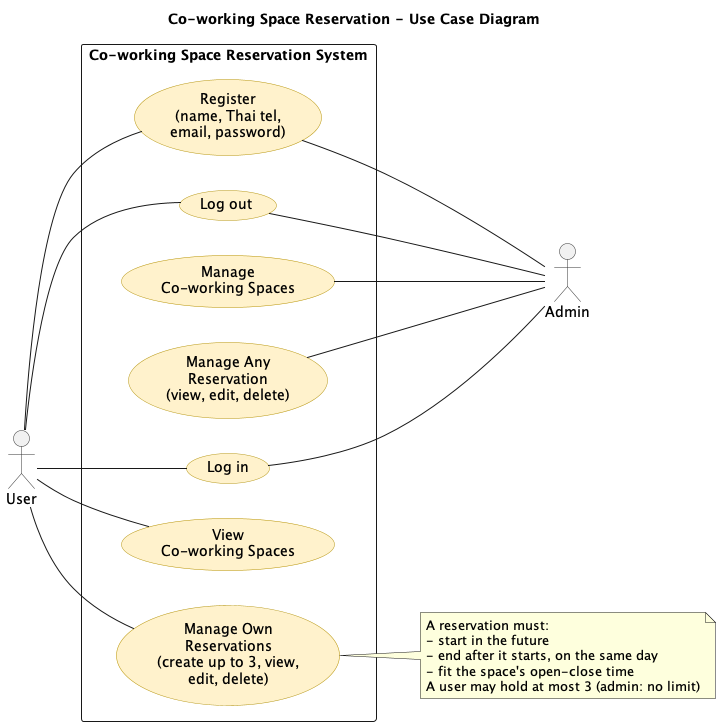
TonBoonchai/Co-working-Space-Reservation keeps this PlantUML diagram as docs/diagrams/png/usecase.png. Above is the earlier version.
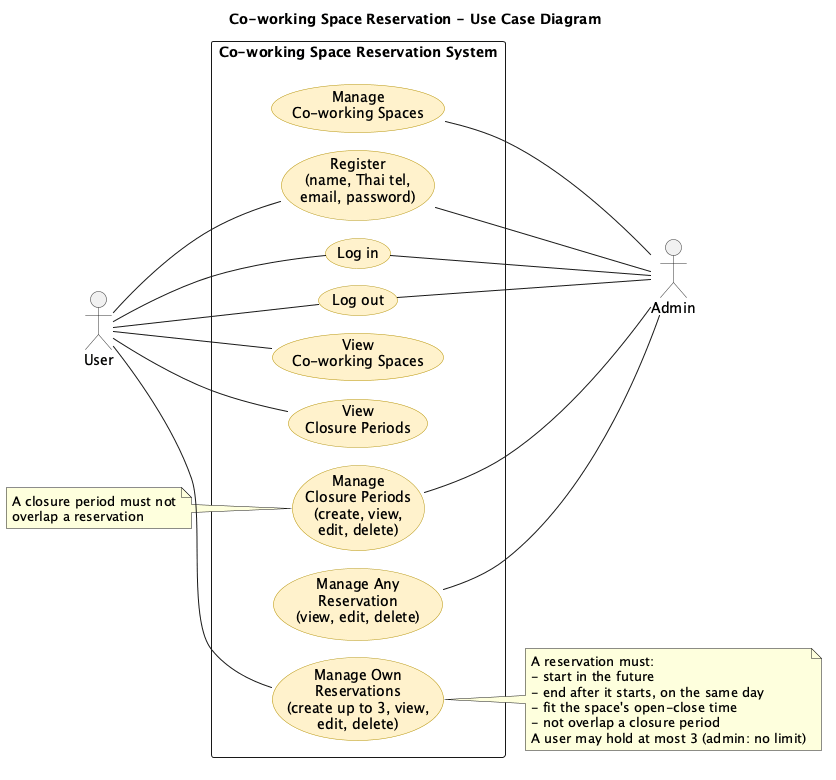
Later version of the same file.

The edit, as a diff of the source:
```diff
@@ -16,15 +16,18 @@
   usecase "Log in" as login
   usecase "Log out" as logout
   usecase "View\nCo-working Spaces" as viewSpaces
+  usecase "View\nClosure Periods" as viewClosures
   usecase "Manage Own\nReservations\n(create up to 3, view,\nedit, delete)" as manageOwn
   usecase "Manage Any\nReservation\n(view, edit, delete)" as manageAny
   usecase "Manage\nCo-working Spaces" as manageSpaces
+  usecase "Manage\nClosure Periods\n(create, view,\nedit, delete)" as manageClosures
 }
 
 user -- register
 user -- login
 user -- logout
 user -- viewSpaces
+user -- viewClosures
 user -- manageOwn
 
 register -- admin
@@ -32,12 +35,19 @@
 logout -- admin
 manageAny -- admin
 manageSpaces -- admin
+manageClosures -- admin
 
 note right of manageOwn
   A reservation must:
   - start in the future
   - end after it starts, on the same day
   - fit the space's open-close time
+  - not overlap a closure period
   A user may hold at most 3 (admin: no limit)
 end note
+
+note left of manageClosures
+  A closure period must not
+  overlap a reservation
+end note
 @enduml
```
